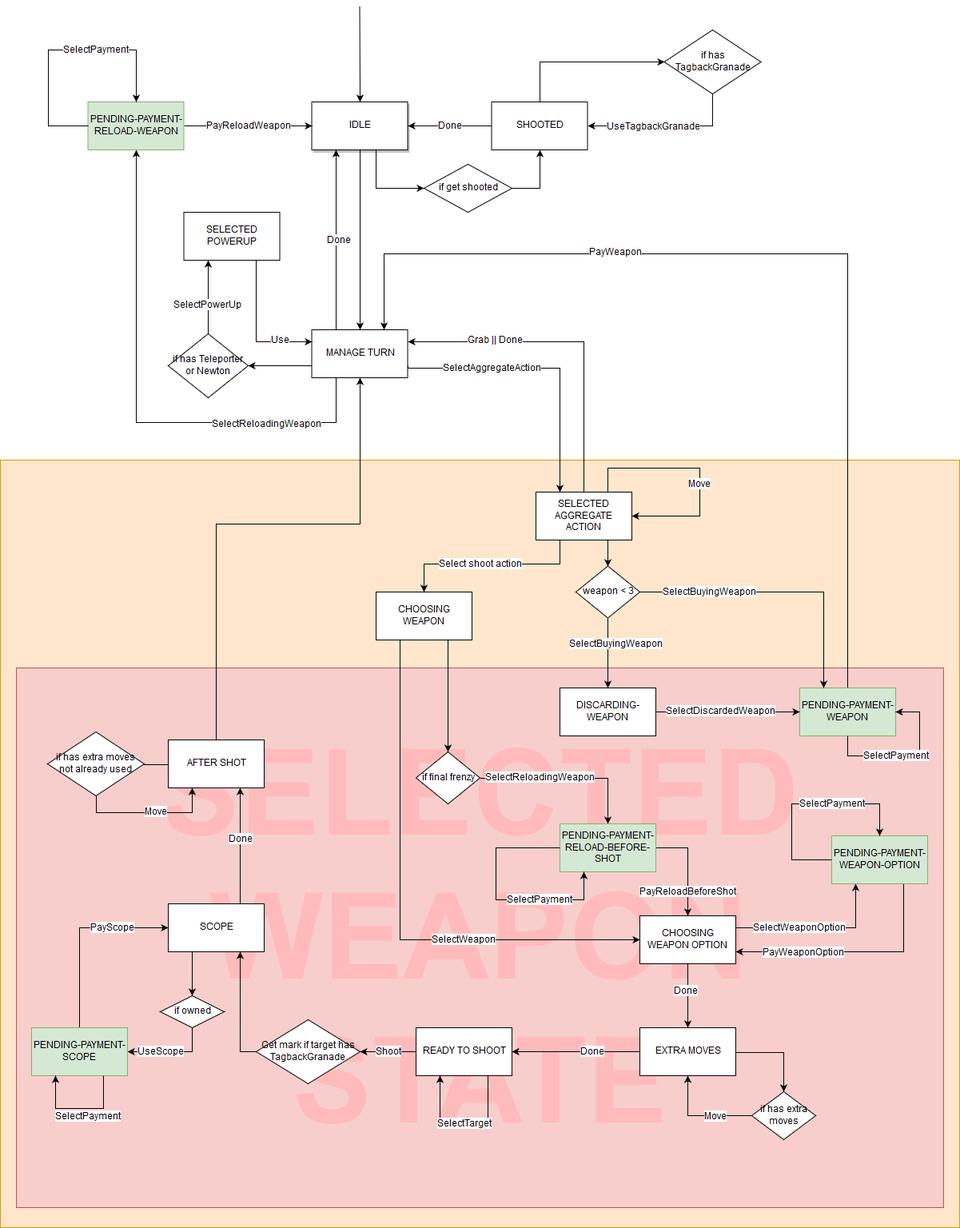
The draw.io diagram deliverables/StateDiagram.png in f3d0ss/ing-sw-2019-bordoni-cazzola-dotti, before a commit. Source tidied: cells renumbered, new cells last; positions are measured from the earlier drawing's top-left corner, leaving out a move shared by most shapes.
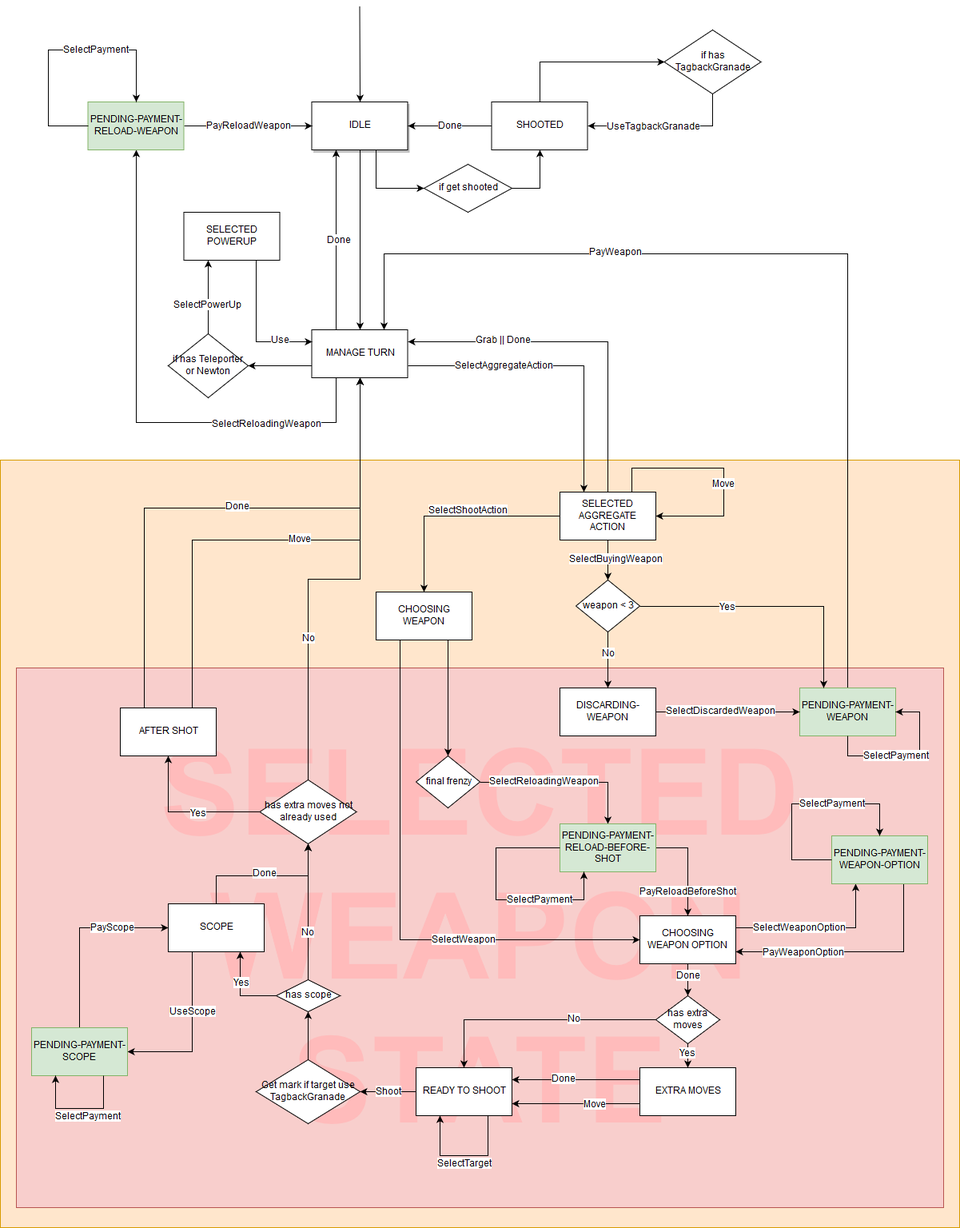
After the commit.

The edit, as a diff of the source:
```diff
@@ -43,4 +43,3 @@
         <Array as="points">
-          <mxPoint x="510" y="453" />
-          <mxPoint x="700" y="453" />
+          <mxPoint x="730" y="450" />
         </Array>
@@ -50,10 +49,9 @@
       <mxGeometry x="0.2" relative="1" as="geometry">
-        <mxPoint x="-85.5" y="-16" as="offset" />
+        <mxPoint x="-100" y="-7" as="offset" />
       </mxGeometry>
     </mxCell>
-    <mxCell id="12" style="edgeStyle=orthogonalEdgeStyle;rounded=0;jettySize=auto;html=1;exitX=0.25;exitY=1;exitDx=0;exitDy=0;entryX=0.5;entryY=0;entryDx=0;entryDy=0;fontFamily=Helvetica;fontSize=12;" parent="1" edge="1" source="23" target="31">
+    <mxCell id="12" style="edgeStyle=orthogonalEdgeStyle;rounded=0;jettySize=auto;html=1;exitX=0;exitY=0.5;exitDx=0;exitDy=0;entryX=0.5;entryY=0;entryDx=0;entryDy=0;fontFamily=Helvetica;fontSize=12;" parent="1" edge="1" source="23" target="31">
       <mxGeometry relative="1" as="geometry">
         <Array as="points">
-          <mxPoint x="700" y="698" />
-          <mxPoint x="530" y="698" />
+          <mxPoint x="530" y="638" />
         </Array>
@@ -61,5 +59,5 @@
     </mxCell>
-    <mxCell id="13" value="Select shoot action" style="text;html=1;align=center;verticalAlign=middle;labelBackgroundColor=#FFFFFF;fontSize=12;fontFamily=Helvetica;" parent="12" vertex="1">
+    <mxCell id="13" value="SelectShootAction" style="text;html=1;align=center;verticalAlign=middle;labelBackgroundColor=#FFFFFF;fontSize=12;fontFamily=Helvetica;" parent="12" vertex="1">
       <mxGeometry x="0.53" relative="1" as="geometry">
-        <mxPoint x="50" as="offset" />
+        <mxPoint x="55" y="-40" as="offset" />
       </mxGeometry>
@@ -88,9 +86,4 @@
     </mxCell>
-    <mxCell id="20" style="edgeStyle=orthogonalEdgeStyle;rounded=0;jettySize=auto;html=1;exitX=0.5;exitY=1;exitDx=0;exitDy=0;entryX=0.5;entryY=0;entryDx=0;entryDy=0;" parent="1" edge="1" source="108" target="105">
-      <mxGeometry relative="1" as="geometry">
-        <Array as="points">
-          <mxPoint x="760" y="788" />
-          <mxPoint x="760" y="788" />
-        </Array>
-      </mxGeometry>
+    <mxCell id="20" style="edgeStyle=orthogonalEdgeStyle;rounded=0;jettySize=auto;html=1;exitX=0.5;exitY=1;exitDx=0;exitDy=0;entryX=0.5;entryY=0;entryDx=0;entryDy=0;" parent="1" edge="1" source="23" target="108">
+      <mxGeometry relative="1" as="geometry" />
     </mxCell>
@@ -98,10 +91,7 @@
       <mxGeometry x="-0.02" y="36" relative="1" as="geometry">
-        <mxPoint x="-26" y="-10" as="offset" />
+        <mxPoint x="-26" y="0.5" as="offset" />
       </mxGeometry>
     </mxCell>
-    <mxCell id="22" style="edgeStyle=orthogonalEdgeStyle;rounded=0;jettySize=auto;html=1;exitX=0.75;exitY=1;exitDx=0;exitDy=0;entryX=0.5;entryY=0;entryDx=0;entryDy=0;" parent="1" edge="1" source="23" target="108">
-      <mxGeometry relative="1" as="geometry" />
-    </mxCell>
     <mxCell id="23" value="SELECTED AGGREGATE ACTION" style="rounded=0;whiteSpace=wrap;html=1;fontFamily=Helvetica;fontSize=12;" parent="1" vertex="1">
-      <mxGeometry x="670" y="608" width="120" height="60" as="geometry" />
+      <mxGeometry x="700" y="608" width="120" height="60" as="geometry" />
     </mxCell>
@@ -110,5 +100,5 @@
         <Array as="points">
-          <mxPoint x="760" y="578" />
-          <mxPoint x="875" y="578" />
-          <mxPoint x="875" y="638" />
+          <mxPoint x="790" y="578" />
+          <mxPoint x="905" y="578" />
+          <mxPoint x="905" y="638" />
         </Array>
@@ -124,3 +114,3 @@
         <Array as="points">
-          <mxPoint x="730" y="420" />
+          <mxPoint x="760" y="420" />
         </Array>
@@ -152,14 +142,8 @@
       <mxGeometry x="-0.29" y="1" relative="1" as="geometry">
-        <mxPoint x="-2.5" y="0.5" as="offset" />
+        <mxPoint x="5" y="0.5" as="offset" />
       </mxGeometry>
     </mxCell>
-    <mxCell id="34" value="if final frenzy" style="rhombus;whiteSpace=wrap;html=1;fontFamily=Helvetica;fontSize=12;" parent="1" vertex="1">
-      <mxGeometry x="520" y="933" width="80" height="65" as="geometry" />
+    <mxCell id="34" value="final frenzy" style="rhombus;whiteSpace=wrap;html=1;fontFamily=Helvetica;fontSize=12;" parent="1" vertex="1">
+      <mxGeometry x="520" y="938" width="80" height="65" as="geometry" />
     </mxCell>
-    <mxCell id="35" style="edgeStyle=orthogonalEdgeStyle;rounded=0;jettySize=auto;html=1;exitX=0.5;exitY=1;exitDx=0;exitDy=0;fontFamily=Helvetica;fontSize=12;entryX=0.5;entryY=0;entryDx=0;entryDy=0;" parent="1" edge="1" source="37" target="70">
-      <mxGeometry relative="1" as="geometry" />
-    </mxCell>
-    <mxCell id="36" value="Done" style="text;html=1;align=center;verticalAlign=middle;labelBackgroundColor=#FFFFFF;fontSize=12;fontFamily=Helvetica;" parent="35" vertex="1">
-      <mxGeometry x="-0.15" y="-3" relative="1" as="geometry" />
-    </mxCell>
     <mxCell id="37" value="CHOOSING WEAPON OPTION" style="rounded=0;whiteSpace=wrap;html=1;fontFamily=Helvetica;fontSize=12;" parent="1" vertex="1">
@@ -185,3 +169,3 @@
     <mxCell id="43" value="READY TO SHOOT" style="rounded=0;whiteSpace=wrap;html=1;fontFamily=Helvetica;fontSize=12;" parent="1" vertex="1">
-      <mxGeometry x="520" y="1278" width="120" height="60" as="geometry" />
+      <mxGeometry x="520" y="1328" width="120" height="60" as="geometry" />
     </mxCell>
@@ -213,3 +197,3 @@
     </mxCell>
-    <mxCell id="48" style="edgeStyle=orthogonalEdgeStyle;rounded=0;jettySize=auto;html=1;exitX=0.5;exitY=1;exitDx=0;exitDy=0;" parent="1" edge="1" source="50" target="87">
+    <mxCell id="48" style="edgeStyle=orthogonalEdgeStyle;rounded=0;jettySize=auto;html=1;exitX=0.25;exitY=1;exitDx=0;exitDy=0;entryX=1;entryY=0.5;entryDx=0;entryDy=0;" parent="1" edge="1" source="63" target="87">
       <mxGeometry relative="1" as="geometry" />
@@ -218,7 +202,19 @@
       <mxGeometry x="0.48" y="-1" relative="1" as="geometry">
-        <mxPoint x="12" y="1" as="offset" />
+        <mxPoint x="27" y="-49" as="offset" />
       </mxGeometry>
     </mxCell>
+    <mxCell id="111" style="edgeStyle=orthogonalEdgeStyle;rounded=0;jettySize=auto;html=1;exitX=0;exitY=0.5;exitDx=0;exitDy=0;entryX=0.75;entryY=1;entryDx=0;entryDy=0;" parent="1" edge="1" source="50" target="63">
+      <mxGeometry relative="1" as="geometry" />
+    </mxCell>
+    <mxCell id="112" value="Yes" style="text;html=1;align=center;verticalAlign=middle;labelBackgroundColor=#ffffff;" parent="111" vertex="1">
+      <mxGeometry x="-0.12" y="-16" relative="1" as="geometry" />
+    </mxCell>
+    <mxCell id="113" style="edgeStyle=orthogonalEdgeStyle;rounded=0;jettySize=auto;html=1;exitX=0.5;exitY=0;exitDx=0;exitDy=0;entryX=0.5;entryY=1;entryDx=0;entryDy=0;" parent="1" edge="1" source="50" target="66">
+      <mxGeometry relative="1" as="geometry" />
+    </mxCell>
+    <mxCell id="114" value="No" style="text;html=1;align=center;verticalAlign=middle;labelBackgroundColor=#ffffff;" parent="113" vertex="1">
+      <mxGeometry x="-0.31" y="1" relative="1" as="geometry" />
+    </mxCell>
-    <mxCell id="50" value="if owned" style="rhombus;whiteSpace=wrap;html=1;" parent="1" vertex="1">
-      <mxGeometry x="200" y="1238" width="80" height="40" as="geometry" />
+    <mxCell id="50" value="has scope" style="rhombus;whiteSpace=wrap;html=1;" parent="1" vertex="1">
+      <mxGeometry x="345" y="1218" width="80" height="40" as="geometry" />
     </mxCell>
@@ -242,9 +238,9 @@
     </mxCell>
-    <mxCell id="54" style="edgeStyle=orthogonalEdgeStyle;rounded=0;jettySize=auto;html=1;exitX=0;exitY=0.5;exitDx=0;exitDy=0;entryX=0.75;entryY=1;entryDx=0;entryDy=0;" parent="1" edge="1" source="55" target="63">
+    <mxCell id="54" style="edgeStyle=orthogonalEdgeStyle;rounded=0;jettySize=auto;html=1;exitX=0.5;exitY=0;exitDx=0;exitDy=0;entryX=0.5;entryY=1;entryDx=0;entryDy=0;" parent="1" edge="1" source="55" target="50">
       <mxGeometry relative="1" as="geometry" />
     </mxCell>
-    <mxCell id="55" value="Get mark if target has TagbackGranade" style="rhombus;whiteSpace=wrap;html=1;" parent="1" vertex="1">
-      <mxGeometry x="320" y="1268" width="130" height="80" as="geometry" />
+    <mxCell id="55" value="Get mark if target use TagbackGranade" style="rhombus;whiteSpace=wrap;html=1;" parent="1" vertex="1">
+      <mxGeometry x="320" y="1318" width="130" height="80" as="geometry" />
     </mxCell>
-    <mxCell id="56" style="edgeStyle=orthogonalEdgeStyle;rounded=0;jettySize=auto;html=1;exitX=0;exitY=0.5;exitDx=0;exitDy=0;entryX=0.5;entryY=1;entryDx=0;entryDy=0;" parent="1" edge="1" source="58" target="70">
+    <mxCell id="56" style="edgeStyle=orthogonalEdgeStyle;rounded=0;jettySize=auto;html=1;entryX=1;entryY=0.75;entryDx=0;entryDy=0;exitX=0;exitY=0.75;exitDx=0;exitDy=0;" parent="1" edge="1" source="70" target="43">
       <mxGeometry relative="1" as="geometry" />
@@ -254,10 +250,27 @@
     </mxCell>
+    <mxCell id="115" style="edgeStyle=orthogonalEdgeStyle;rounded=0;jettySize=auto;html=1;exitX=0;exitY=0.5;exitDx=0;exitDy=0;entryX=0.5;entryY=0;entryDx=0;entryDy=0;" parent="1" edge="1" source="58" target="43">
+      <mxGeometry relative="1" as="geometry" />
+    </mxCell>
+    <mxCell id="116" value="No" style="text;html=1;align=center;verticalAlign=middle;labelBackgroundColor=#ffffff;" parent="115" vertex="1">
+      <mxGeometry x="-0.31" y="-1" relative="1" as="geometry" />
+    </mxCell>
+    <mxCell id="117" style="edgeStyle=orthogonalEdgeStyle;rounded=0;jettySize=auto;html=1;exitX=0.5;exitY=1;exitDx=0;exitDy=0;entryX=0.5;entryY=0;entryDx=0;entryDy=0;" parent="1" edge="1" source="58" target="70">
+      <mxGeometry relative="1" as="geometry">
+        <Array as="points">
+          <mxPoint x="860" y="1318" />
+          <mxPoint x="860" y="1318" />
+        </Array>
+      </mxGeometry>
+    </mxCell>
+    <mxCell id="118" value="Yes" style="text;html=1;align=center;verticalAlign=middle;labelBackgroundColor=#ffffff;" parent="117" vertex="1">
+      <mxGeometry x="-0.19" y="-1" relative="1" as="geometry" />
+    </mxCell>
-    <mxCell id="58" value="if has extra moves" style="rhombus;whiteSpace=wrap;html=1;fillColor=#FFFFFF;strokeColor=#000000;" parent="1" vertex="1">
-      <mxGeometry x="940" y="1358" width="80" height="60" as="geometry" />
+    <mxCell id="58" value="has extra moves" style="rhombus;whiteSpace=wrap;html=1;fillColor=#FFFFFF;strokeColor=#000000;" parent="1" vertex="1">
+      <mxGeometry x="820" y="1238" width="80" height="60" as="geometry" />
     </mxCell>
-    <mxCell id="59" style="edgeStyle=orthogonalEdgeStyle;rounded=0;jettySize=auto;html=1;exitX=0.75;exitY=0;exitDx=0;exitDy=0;entryX=0.75;entryY=1;entryDx=0;entryDy=0;" parent="1" edge="1" source="63" target="102">
+    <mxCell id="59" style="edgeStyle=orthogonalEdgeStyle;rounded=0;jettySize=auto;html=1;exitX=0.5;exitY=0;exitDx=0;exitDy=0;entryX=0.5;entryY=1;entryDx=0;entryDy=0;" parent="1" edge="1" source="63" target="66">
       <mxGeometry relative="1" as="geometry">
         <Array as="points">
-          <mxPoint x="300" y="1008" />
-          <mxPoint x="300" y="1008" />
+          <mxPoint x="270" y="1088" />
+          <mxPoint x="385" y="1088" />
         </Array>
@@ -267,15 +280,5 @@
       <mxGeometry x="-0.38" y="-1" relative="1" as="geometry">
-        <mxPoint x="-1" y="-36" as="offset" />
+        <mxPoint x="36" y="-3.5" as="offset" />
       </mxGeometry>
     </mxCell>
-    <mxCell id="61" style="edgeStyle=orthogonalEdgeStyle;rounded=0;jettySize=auto;html=1;exitX=0;exitY=0.5;exitDx=0;exitDy=0;entryX=1;entryY=0.5;entryDx=0;entryDy=0;" parent="1" edge="1" source="102" target="66">
-      <mxGeometry relative="1" as="geometry">
-        <Array as="points">
-          <mxPoint x="90" y="949" />
-        </Array>
-      </mxGeometry>
-    </mxCell>
-    <mxCell id="62" style="edgeStyle=orthogonalEdgeStyle;rounded=0;jettySize=auto;html=1;exitX=0.25;exitY=1;exitDx=0;exitDy=0;entryX=0.5;entryY=0;entryDx=0;entryDy=0;" parent="1" edge="1" source="63" target="50">
-      <mxGeometry relative="1" as="geometry" />
-    </mxCell>
     <mxCell id="63" value="SCOPE" style="rounded=0;whiteSpace=wrap;html=1;" parent="1" vertex="1">
@@ -283,7 +286,7 @@
     </mxCell>
-    <mxCell id="64" style="edgeStyle=orthogonalEdgeStyle;rounded=0;jettySize=auto;html=1;exitX=0.5;exitY=1;exitDx=0;exitDy=0;entryX=0.25;entryY=1;entryDx=0;entryDy=0;" parent="1" edge="1" source="66" target="102">
+    <mxCell id="64" style="edgeStyle=orthogonalEdgeStyle;rounded=0;jettySize=auto;html=1;exitX=0.75;exitY=0;exitDx=0;exitDy=0;entryX=0.5;entryY=1;entryDx=0;entryDy=0;" parent="1" edge="1" source="102" target="15">
       <mxGeometry relative="1" as="geometry">
         <Array as="points">
-          <mxPoint x="120" y="1009" />
-          <mxPoint x="240" y="1009" />
+          <mxPoint x="240" y="668" />
+          <mxPoint x="450" y="668" />
         </Array>
@@ -294,14 +297,24 @@
     </mxCell>
+    <mxCell id="119" style="edgeStyle=orthogonalEdgeStyle;rounded=0;jettySize=auto;html=1;exitX=0.5;exitY=0;exitDx=0;exitDy=0;entryX=0.5;entryY=1;entryDx=0;entryDy=0;" parent="1" edge="1" source="66" target="15">
+      <mxGeometry relative="1" as="geometry" />
+    </mxCell>
+    <mxCell id="120" value="No" style="text;html=1;align=center;verticalAlign=middle;labelBackgroundColor=#ffffff;" parent="119" vertex="1">
+      <mxGeometry x="-0.38" relative="1" as="geometry" />
+    </mxCell>
+    <mxCell id="121" style="edgeStyle=orthogonalEdgeStyle;rounded=0;jettySize=auto;html=1;exitX=0;exitY=0.5;exitDx=0;exitDy=0;entryX=0.5;entryY=1;entryDx=0;entryDy=0;" parent="1" edge="1" source="66" target="102">
+      <mxGeometry relative="1" as="geometry" />
+    </mxCell>
+    <mxCell id="122" value="Yes" style="text;html=1;align=center;verticalAlign=middle;labelBackgroundColor=#ffffff;" parent="121" vertex="1">
+      <mxGeometry x="-0.16" y="2" relative="1" as="geometry" />
+    </mxCell>
-    <mxCell id="66" value="if has extra moves not already used" style="rhombus;whiteSpace=wrap;html=1;" parent="1" vertex="1">
-      <mxGeometry x="59" y="908" width="121" height="80" as="geometry" />
+    <mxCell id="66" value="has extra moves not already used" style="rhombus;whiteSpace=wrap;html=1;" parent="1" vertex="1">
+      <mxGeometry x="324.5" y="968" width="121" height="80" as="geometry" />
     </mxCell>
-    <mxCell id="67" style="edgeStyle=orthogonalEdgeStyle;rounded=0;jettySize=auto;html=1;exitX=1;exitY=0.5;exitDx=0;exitDy=0;entryX=0.5;entryY=0;entryDx=0;entryDy=0;" parent="1" edge="1" source="70" target="58">
-      <mxGeometry relative="1" as="geometry">
-        <Array as="points">
-          <mxPoint x="980" y="1309" />
-        </Array>
-      </mxGeometry>
-    </mxCell>
-    <mxCell id="68" style="edgeStyle=orthogonalEdgeStyle;rounded=0;jettySize=auto;html=1;exitX=0;exitY=0.5;exitDx=0;exitDy=0;entryX=1;entryY=0.5;entryDx=0;entryDy=0;" parent="1" edge="1" source="70" target="43">
-      <mxGeometry relative="1" as="geometry" />
+    <mxCell id="68" style="edgeStyle=orthogonalEdgeStyle;rounded=0;jettySize=auto;html=1;exitX=0.5;exitY=1;exitDx=0;exitDy=0;entryX=0.5;entryY=0;entryDx=0;entryDy=0;" parent="1" edge="1" source="37" target="58">
+      <mxGeometry relative="1" as="geometry">
+        <Array as="points">
+          <mxPoint x="860" y="1238" />
+          <mxPoint x="860" y="1238" />
+        </Array>
+      </mxGeometry>
     </mxCell>
@@ -310,4 +323,10 @@
     </mxCell>
+    <mxCell id="123" style="edgeStyle=orthogonalEdgeStyle;rounded=0;jettySize=auto;html=1;exitX=0;exitY=0.25;exitDx=0;exitDy=0;entryX=1;entryY=0.25;entryDx=0;entryDy=0;" parent="1" edge="1" source="70" target="43">
+      <mxGeometry relative="1" as="geometry" />
+    </mxCell>
+    <mxCell id="124" value="Done" style="text;html=1;align=center;verticalAlign=middle;labelBackgroundColor=#ffffff;" parent="123" vertex="1">
+      <mxGeometry x="0.2" y="-1" relative="1" as="geometry" />
+    </mxCell>
     <mxCell id="70" value="EXTRA MOVES" style="rounded=0;whiteSpace=wrap;html=1;" parent="1" vertex="1">
-      <mxGeometry x="800" y="1278" width="120" height="60" as="geometry" />
+      <mxGeometry x="800" y="1328" width="120" height="60" as="geometry" />
     </mxCell>
@@ -316,4 +335,4 @@
         <Array as="points">
-          <mxPoint x="610" y="1398" />
-          <mxPoint x="550" y="1398" />
+          <mxPoint x="610" y="1438" />
+          <mxPoint x="550" y="1438" />
         </Array>
@@ -323,3 +342,3 @@
       <mxGeometry x="0.18" relative="1" as="geometry">
-        <mxPoint x="16" as="offset" />
+        <mxPoint x="14" y="10" as="offset" />
       </mxGeometry>
@@ -469,7 +488,7 @@
     </mxCell>
-    <mxCell id="101" style="edgeStyle=orthogonalEdgeStyle;rounded=0;jettySize=auto;html=1;exitX=0.5;exitY=0;exitDx=0;exitDy=0;entryX=0.5;entryY=1;entryDx=0;entryDy=0;" parent="1" edge="1" source="102" target="15">
+    <mxCell id="101" style="edgeStyle=orthogonalEdgeStyle;rounded=0;jettySize=auto;html=1;exitX=0.25;exitY=0;exitDx=0;exitDy=0;entryX=0.5;entryY=1;entryDx=0;entryDy=0;" parent="1" edge="1" source="102" target="15">
       <mxGeometry relative="1" as="geometry">
         <Array as="points">
-          <mxPoint x="270" y="648" />
-          <mxPoint x="450" y="648" />
+          <mxPoint x="180" y="628" />
+          <mxPoint x="450" y="628" />
         </Array>
@@ -477,4 +496,9 @@
     </mxCell>
+    <mxCell id="125" value="Done" style="text;html=1;align=center;verticalAlign=middle;labelBackgroundColor=#ffffff;" parent="101" vertex="1">
+      <mxGeometry x="-0.2" y="-92" relative="1" as="geometry">
+        <mxPoint x="92" y="-94" as="offset" />
+      </mxGeometry>
+    </mxCell>
     <mxCell id="102" value="AFTER SHOT" style="rounded=0;whiteSpace=wrap;html=1;" parent="1" vertex="1">
-      <mxGeometry x="210" y="918" width="120" height="60" as="geometry" />
+      <mxGeometry x="150" y="878" width="120" height="60" as="geometry" />
     </mxCell>
@@ -494,7 +518,20 @@
     </mxCell>
-    <mxCell id="107" value="SelectBuyingWeapon" style="text;html=1;align=center;verticalAlign=middle;labelBackgroundColor=#ffffff;" parent="106" vertex="1">
-      <mxGeometry x="-0.5" relative="1" as="geometry" />
-    </mxCell>
+    <mxCell id="126" value="Yes" style="text;html=1;align=center;verticalAlign=middle;labelBackgroundColor=#ffffff;" parent="106" vertex="1">
+      <mxGeometry x="-0.34" y="-1" relative="1" as="geometry" />
+    </mxCell>
+    <mxCell id="127" style="edgeStyle=orthogonalEdgeStyle;rounded=0;jettySize=auto;html=1;exitX=0.5;exitY=1;exitDx=0;exitDy=0;entryX=0.5;entryY=0;entryDx=0;entryDy=0;" parent="1" edge="1" source="108" target="105">
+      <mxGeometry relative="1" as="geometry">
+        <Array as="points">
+          <mxPoint x="760" y="828" />
+          <mxPoint x="760" y="828" />
+        </Array>
+      </mxGeometry>
+    </mxCell>
+    <mxCell id="128" value="No" style="text;html=1;align=center;verticalAlign=middle;labelBackgroundColor=#ffffff;" parent="127" vertex="1">
+      <mxGeometry x="-0.32" y="-18" relative="1" as="geometry">
+        <mxPoint x="18" y="3" as="offset" />
+      </mxGeometry>
+    </mxCell>
     <mxCell id="108" value="weapon &amp;lt; 3" style="rhombus;whiteSpace=wrap;html=1;fontFamily=Helvetica;fontSize=12;" parent="1" vertex="1">
-      <mxGeometry x="720" y="700.5" width="80" height="65" as="geometry" />
+      <mxGeometry x="720" y="718" width="80" height="65" as="geometry" />
     </mxCell>
```
